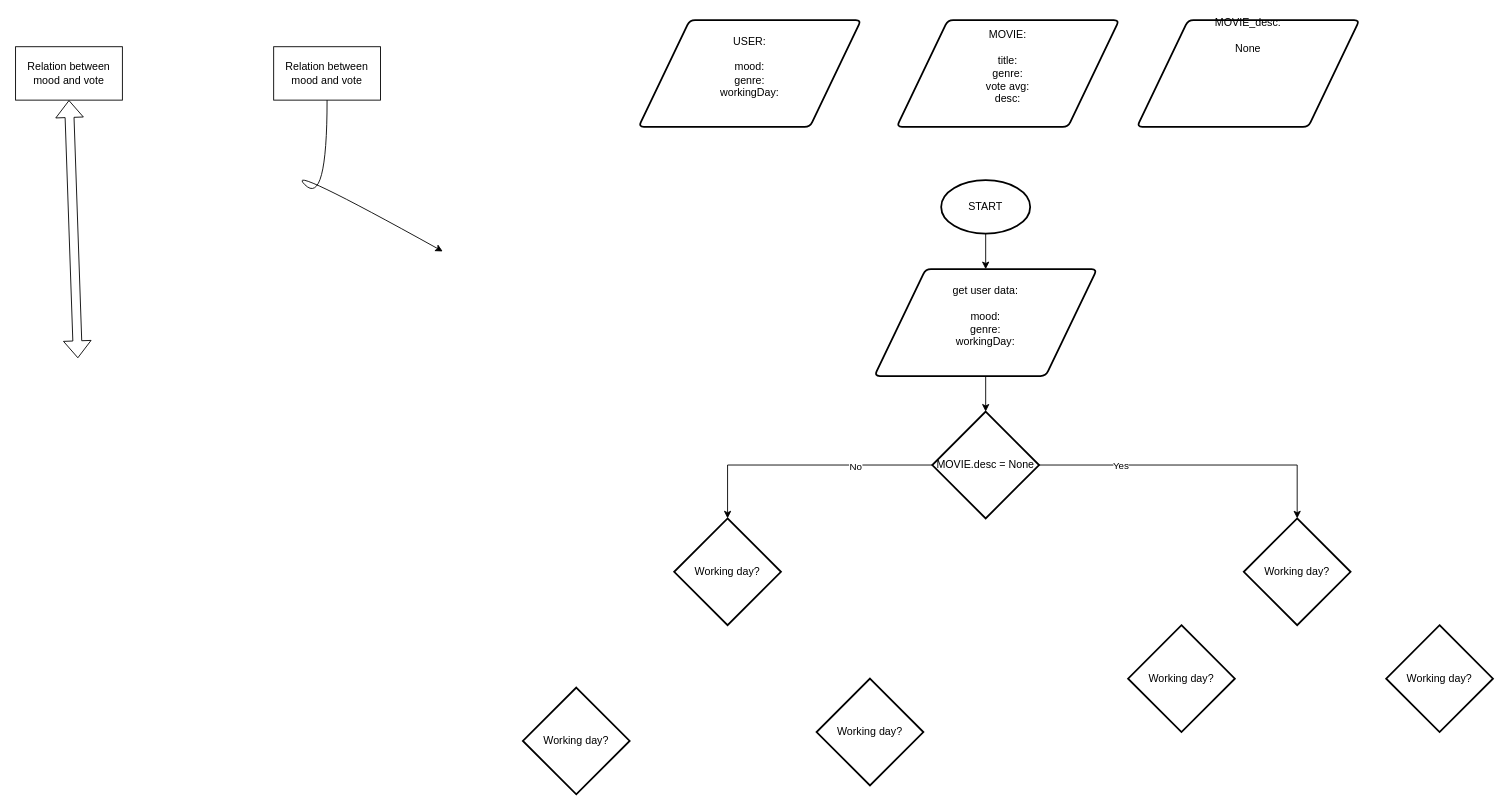
Earlier version of the draw.io diagram Decision_system.drawio (CodeCiepol/movie-advisor). Source tidied: cells renumbered, new cells numbered last; positions are measured from the earlier drawing's top-left corner, leaving out a move shared by most shapes. Both pictures are drawn from the tidied source at 89%, with x=0, y=0 at pixel (15, 20).
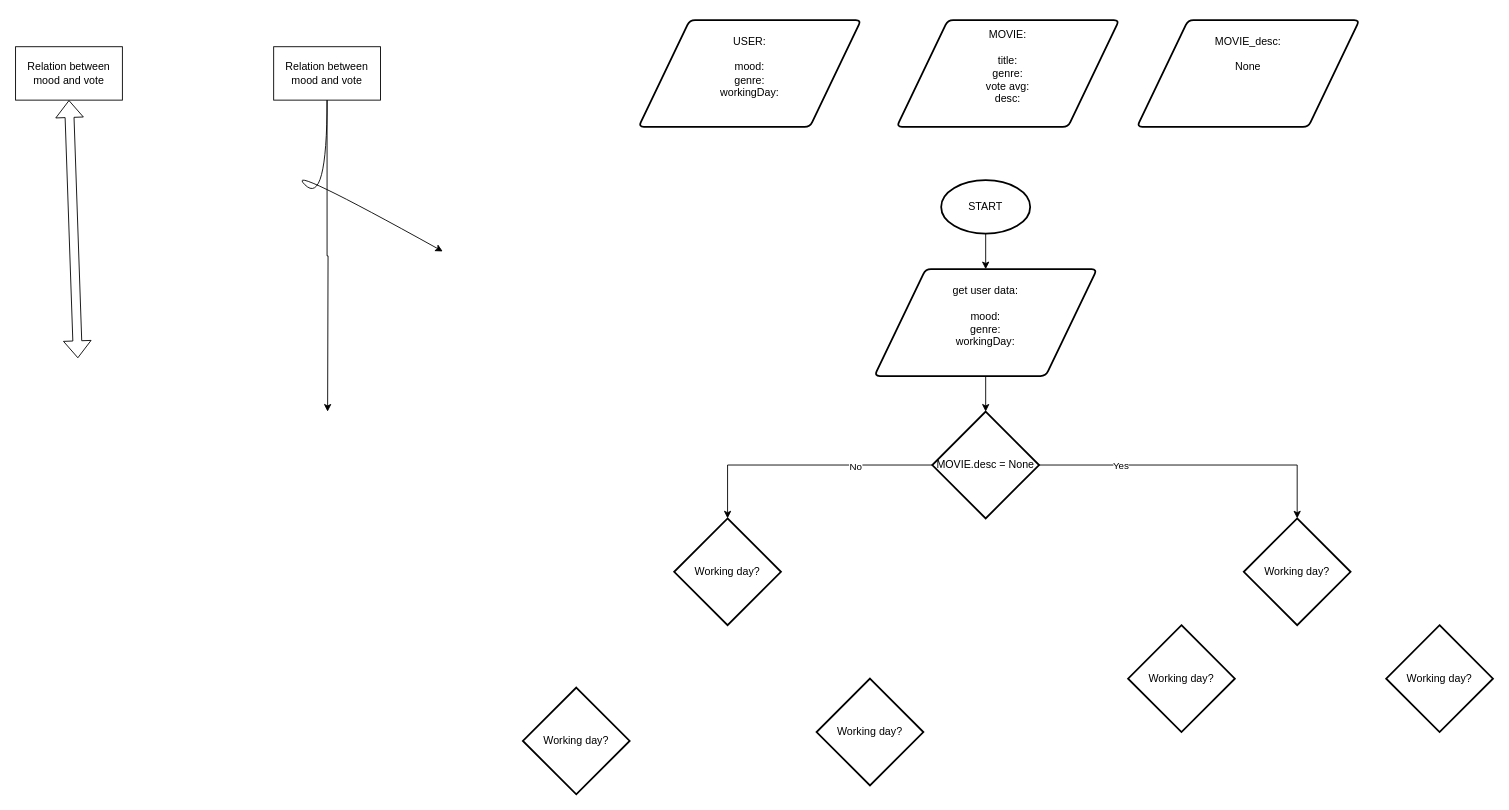
The same diagram, later.

Unchanged cells that the change refers to:
```xml
<mxCell id="21" value="Relation between mood and vote" style="rounded=0;whiteSpace=wrap;html=1;" parent="1" vertex="1">
  <mxGeometry x="290" y="30" width="120" height="60" as="geometry" />
</mxCell>
```

Change to the diagram source:
```diff
@@
-    <mxCell id="6" value="&lt;div&gt;MOVIE_desc:&lt;br&gt;&lt;/div&gt;&lt;div&gt;&lt;br&gt;&lt;/div&gt;&lt;div&gt;None&lt;/div&gt;&lt;div&gt;&lt;br&gt;&lt;/div&gt;&lt;div&gt;&lt;br&gt;&lt;/div&gt;&lt;div&gt;&lt;br&gt;&lt;/div&gt;&lt;div&gt;&lt;br&gt;&lt;/div&gt;&lt;div&gt;&lt;br&gt;&lt;/div&gt;&lt;div&gt;&lt;br&gt;&lt;/div&gt;" style="shape=parallelogram;html=1;strokeWidth=2;perimeter=parallelogramPerimeter;whiteSpace=wrap;rounded=1;arcSize=12;size=0.23;" parent="1" vertex="1">
+    <mxCell id="6" value="&lt;div&gt;MOVIE_desc:&lt;br&gt;&lt;/div&gt;&lt;div&gt;&lt;br&gt;&lt;/div&gt;&lt;div&gt;None&lt;/div&gt;&lt;div&gt;&lt;br&gt;&lt;/div&gt;&lt;div&gt;&lt;br&gt;&lt;/div&gt;&lt;div&gt;&lt;br&gt;&lt;/div&gt;" style="shape=parallelogram;html=1;strokeWidth=2;perimeter=parallelogramPerimeter;whiteSpace=wrap;rounded=1;arcSize=12;size=0.23;" parent="1" vertex="1">
       <mxGeometry x="1260" width="250" height="120" as="geometry" />
     </mxCell>
@@
+    <mxCell id="24" style="edgeStyle=orthogonalEdgeStyle;rounded=0;jettySize=auto;html=1;exitX=0.5;exitY=1;exitDx=0;exitDy=0;" parent="1" edge="1" source="21">
+      <mxGeometry relative="1" as="geometry">
+        <mxPoint x="350.6" y="440" as="targetPoint" />
+      </mxGeometry>
+    </mxCell>
```
